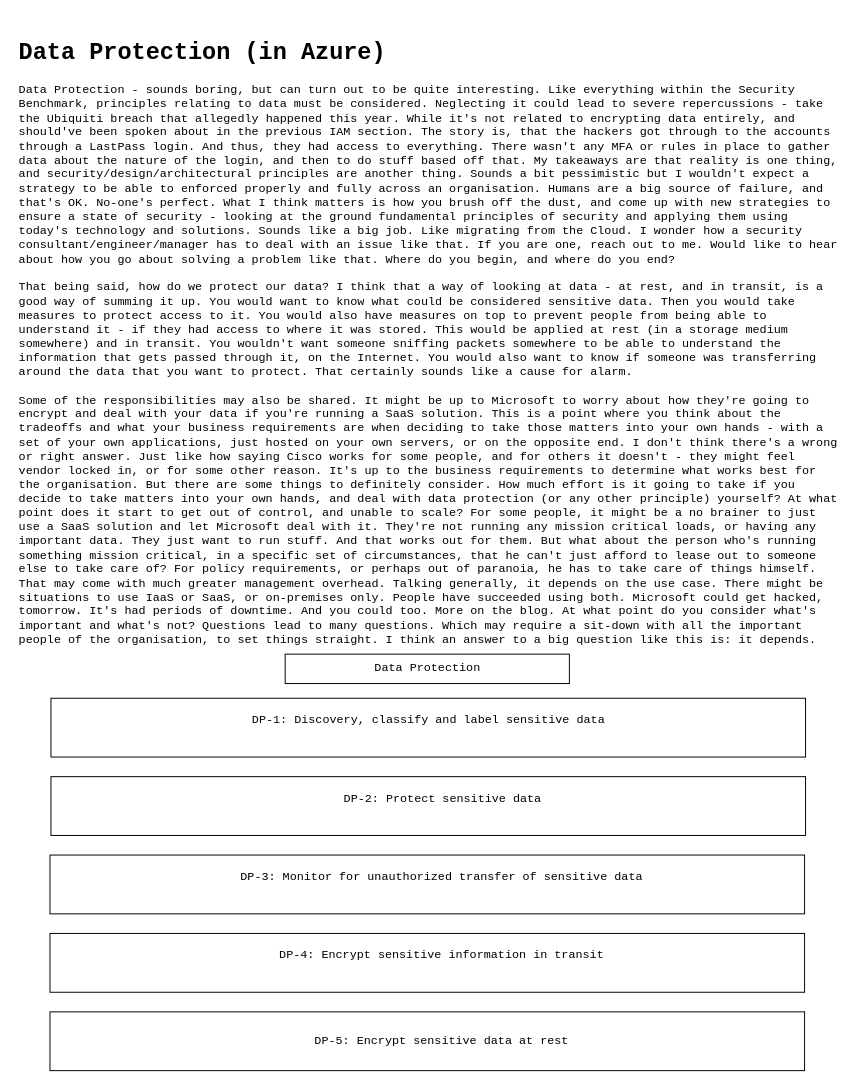
The draw.io diagram page "Data Protection" (5 of 6) of Cloud/Infrastructure_Security.drawio in hmahmood2351/Home_Labs, before the edit. Source tidied: cells renumbered, new cells numbered last; positions are measured from the earlier drawing's top-left corner, leaving out a move shared by most shapes. Both pictures are drawn from the tidied source at 98%, with x=0, y=0 at pixel (17, 17).
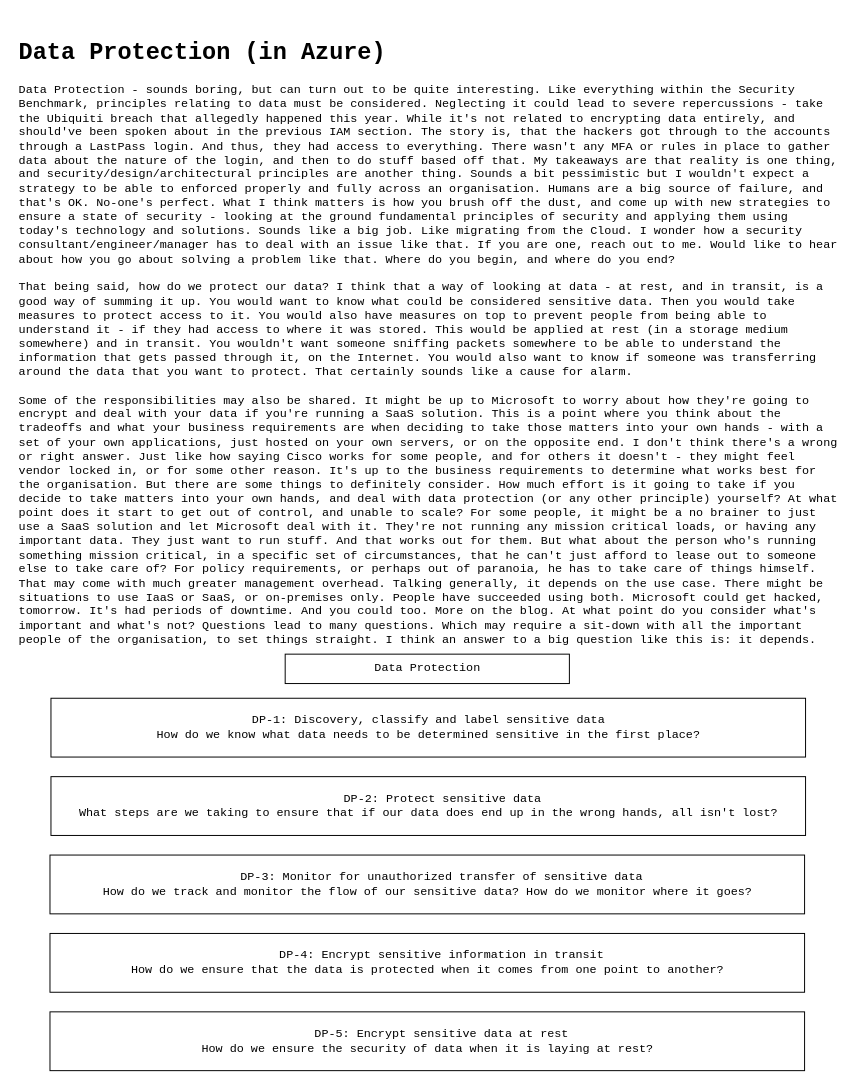
The same page after the edit.

Change to the diagram source:
```diff
@@
 <mxGraphModel>
   <root>
     <mxCell id="0" />
     <mxCell id="1" parent="0" />
     <mxCell id="2" value="&lt;h1 style=&quot;color: rgb(0 , 0 , 0) ; font-family: &amp;#34;courier new&amp;#34; ; font-style: normal ; letter-spacing: normal ; text-align: left ; text-indent: 0px ; text-transform: none ; word-spacing: 0px&quot;&gt;Data Protection (in Azure)&lt;/h1&gt;&lt;div&gt;Data Protection - sounds boring, but can turn out to be quite interesting. Like everything within the Security Benchmark, principles relating to data must be considered. Neglecting it could lead to severe repercussions - take the Ubiquiti breach that&amp;nbsp;&lt;span&gt;allegedly&amp;nbsp;&lt;/span&gt;happened this year. While it's not related to encrypting data entirely, and should've been spoken about in the previous IAM section. The story is, that the hackers got through to the accounts through a LastPass login. And thus, they had access to everything. There wasn't any MFA or rules in place to gather data about the nature of the login, and then to do stuff based off that. My takeaways are that reality is one thing, and security/design/architectural principles are another thing. Sounds a bit pessimistic but I wouldn't expect a strategy to be able to enforced properly and fully across an organisation. Humans are a big source of failure, and that's OK. No-one's perfect. What I think matters is how you brush off the dust, and come up with new strategies to ensure a state of security - looking at the ground fundamental principles of security and applying them using today's technology and solutions. Sounds like a big job. Like migrating from the Cloud. I wonder how a security consultant/engineer/manager has to deal with an issue like that. If you are one, reach out to me. Would like to hear about how you go about solving a problem like that. Where do you begin, and where do you end?&lt;/div&gt;&lt;div&gt;&lt;br&gt;&lt;/div&gt;&lt;div&gt;That being said, how do we protect our data? I think that a way of looking at data - at rest, and in transit, is a good way of summing it up. You would want to know what could be considered sensitive data. Then you would take measures to protect access to it. You would also have measures on top to prevent people from being able to understand it - if they had access to where it was stored. This would be applied at rest (in a storage medium somewhere) and in transit. You wouldn't want someone sniffing packets somewhere to be able to understand the information that gets passed through it, on the Internet. You would also want to know if someone was transferring around the data that you want to protect. That certainly sounds like a cause for alarm.&lt;/div&gt;&lt;div&gt;&amp;nbsp;&lt;/div&gt;&lt;div&gt;Some of the responsibilities may also be shared. It might be up to Microsoft to worry about how they're going to encrypt and deal with your data if you're running a SaaS solution. This is a point where you think about the tradeoffs and what your business requirements are when deciding to take those matters into your own hands - with a set of your own applications, just hosted on your own servers, or on the opposite end. I don't think there's a wrong or right answer. Just like how saying Cisco works for some people, and for others it doesn't - they might feel vendor locked in, or for some other reason. It's up to the business requirements to determine what works best for the organisation. But there are some things to definitely consider. How much effort is it going to take if you decide to take matters into your own hands, and deal with data protection (or any other principle) yourself? At what point does it start to get out of control, and unable to scale? For some people, it might be a no brainer to just use a SaaS solution and let Microsoft deal with it. They're not running any mission critical loads, or having any important data. They just want to run stuff. And that works out for them. But what about the person who's running something mission critical, in a specific set of circumstances, that he can't just afford to lease out to someone else to take care of? For policy requirements, or perhaps out of paranoia, he has to take care of things himself. That may come with much greater management overhead. Talking generally, it depends on the use case. There might be situations to use IaaS or SaaS, or on-premises only. People have succeeded using both. Microsoft could get hacked, tomorrow. It's had periods of downtime. And you could too. More on the blog. At what point do you consider what's important and what's not? Questions lead to many questions. Which may require a sit-down with all the important people of the organisation, to set things straight. I think an answer to a big question like this is: it depends.&lt;/div&gt;&lt;span style=&quot;text-align: center&quot;&gt;&lt;br&gt;&lt;/span&gt;&lt;div&gt;&lt;br&gt;&lt;/div&gt;&lt;div&gt;&lt;br&gt;&lt;/div&gt;" style="text;html=1;fontFamily=Courier New;labelBackgroundColor=none;verticalAlign=top;whiteSpace=wrap;" parent="1" vertex="1">
       <mxGeometry width="838" height="700" as="geometry" />
     </mxCell>
     <mxCell id="3" value="Data Protection" style="rounded=0;whiteSpace=wrap;html=1;fontFamily=Courier New;align=center;" parent="1" vertex="1">
       <mxGeometry x="273.5" y="650" width="290" height="30" as="geometry" />
     </mxCell>
-    <mxCell id="4" value="&lt;div&gt;&lt;span&gt;&#9;&lt;/span&gt;DP-1: Discovery, classify and label sensitive data&lt;/div&gt;&lt;div&gt;&lt;br&gt;&lt;/div&gt;" style="rounded=0;whiteSpace=wrap;html=1;fontFamily=Courier New;align=center;" parent="1" vertex="1">
+    <mxCell id="4" value="&lt;div&gt;&lt;span&gt;&#9;&lt;/span&gt;DP-1: Discovery, classify and label sensitive data&lt;/div&gt;&lt;div&gt;How do we know what data needs to be determined sensitive in the first place?&lt;/div&gt;" style="rounded=0;whiteSpace=wrap;html=1;fontFamily=Courier New;align=center;" parent="1" vertex="1">
       <mxGeometry x="34.5" y="695" width="770" height="60" as="geometry" />
     </mxCell>
-    <mxCell id="5" value="&lt;div&gt;&amp;nbsp; &amp;nbsp; DP-2: Protect sensitive data&lt;/div&gt;&lt;div&gt;&lt;br&gt;&lt;/div&gt;" style="rounded=0;whiteSpace=wrap;html=1;fontFamily=Courier New;align=center;" parent="1" vertex="1">
+    <mxCell id="5" value="&lt;div&gt;&amp;nbsp; &amp;nbsp; DP-2: Protect sensitive data&lt;/div&gt;&lt;div&gt;What steps are we taking to ensure that if our data does end up in the wrong hands, all isn't lost?&lt;/div&gt;" style="rounded=0;whiteSpace=wrap;html=1;fontFamily=Courier New;align=center;" parent="1" vertex="1">
       <mxGeometry x="34.5" y="775" width="770" height="60" as="geometry" />
     </mxCell>
-    <mxCell id="6" value="&lt;div&gt;&amp;nbsp; &amp;nbsp; DP-3: Monitor for unauthorized transfer of sensitive data&lt;/div&gt;&lt;div&gt;&lt;br&gt;&lt;/div&gt;" style="rounded=0;whiteSpace=wrap;html=1;fontFamily=Courier New;align=center;" parent="1" vertex="1">
+    <mxCell id="6" value="&lt;div&gt;&amp;nbsp; &amp;nbsp; DP-3: Monitor for unauthorized transfer of sensitive data&lt;/div&gt;&lt;div&gt;How do we track and monitor the flow of our sensitive data? How do we monitor where it goes?&lt;/div&gt;" style="rounded=0;whiteSpace=wrap;html=1;fontFamily=Courier New;align=center;" parent="1" vertex="1">
       <mxGeometry x="33.5" y="855" width="770" height="60" as="geometry" />
     </mxCell>
-    <mxCell id="7" value="&lt;div&gt;&amp;nbsp; &amp;nbsp; DP-4: Encrypt sensitive information in transit&lt;/div&gt;&lt;div&gt;&lt;br&gt;&lt;/div&gt;" style="rounded=0;whiteSpace=wrap;html=1;fontFamily=Courier New;align=center;" parent="1" vertex="1">
+    <mxCell id="7" value="&lt;div&gt;&amp;nbsp; &amp;nbsp; DP-4: Encrypt sensitive information in transit&lt;/div&gt;&lt;div&gt;How do we ensure that the data is protected when it comes from one point to another?&lt;/div&gt;" style="rounded=0;whiteSpace=wrap;html=1;fontFamily=Courier New;align=center;" parent="1" vertex="1">
       <mxGeometry x="33.5" y="935" width="770" height="60" as="geometry" />
     </mxCell>
-    <mxCell id="8" value="&amp;nbsp; &amp;nbsp; DP-5: Encrypt sensitive data at rest" style="rounded=0;whiteSpace=wrap;html=1;fontFamily=Courier New;align=center;" parent="1" vertex="1">
+    <mxCell id="8" value="&amp;nbsp; &amp;nbsp; DP-5: Encrypt sensitive data at rest&lt;br&gt;How do we ensure the security of data when it is laying at rest?" style="rounded=0;whiteSpace=wrap;html=1;fontFamily=Courier New;align=center;" parent="1" vertex="1">
       <mxGeometry x="33.5" y="1015" width="770" height="60" as="geometry" />
     </mxCell>
   </root>
 </mxGraphModel>
```
